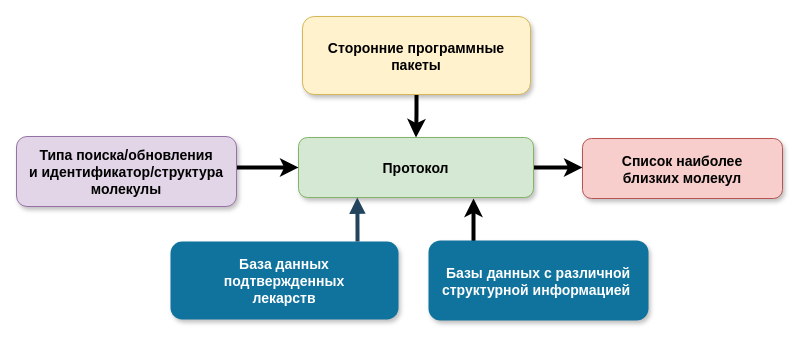
antmaxi/BSc_thesis keeps this draw.io diagram as Latex_diplom/Drawio/Untitled Diagram.drawio. Above is the earlier version. Source tidied: cells renumbered, new cells numbered last; positions are measured from the earlier drawing's top-left corner, leaving out a move shared by most shapes. Both pictures are drawn from the tidied source at 100%, with x=0, y=0 at pixel (16, 16).
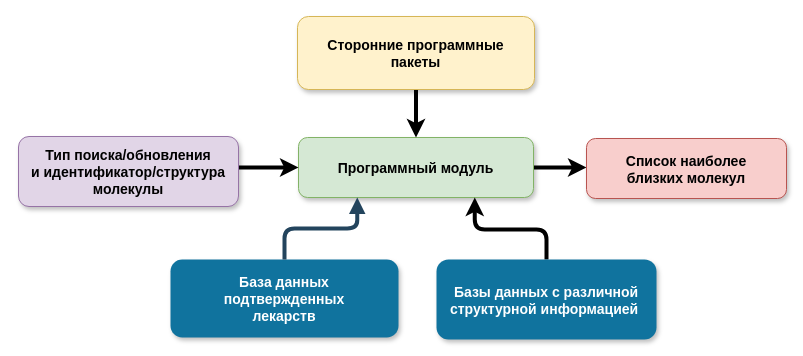
The same diagram, later.

The edit, as a diff of the source:
```diff
@@
 <mxGraphModel background="#ffffff">
   <root>
     <mxCell id="0" />
     <mxCell id="1" parent="0" />
     <mxCell id="2" value="База данных &#10;подтвержденных &#10;лекарств" style="rounded=1;fillColor=#10739E;strokeColor=none;shadow=1;gradientColor=none;fontStyle=1;fontColor=#FFFFFF;fontSize=14;" parent="1" vertex="1">
-      <mxGeometry x="154" y="225" width="228" height="78" as="geometry" />
+      <mxGeometry x="154" y="243" width="228" height="78" as="geometry" />
     </mxCell>
     <mxCell id="3" style="edgeStyle=elbowEdgeStyle;rounded=1;jettySize=auto;elbow=vertical;html=1;strokeWidth=4;" parent="1" edge="1" target="10">
       <mxGeometry relative="1" as="geometry">
         <mxPoint x="460" y="151" as="sourcePoint" />
       </mxGeometry>
     </mxCell>
-    <mxCell id="4" value="Протокол" style="rounded=1;fillColor=#d5e8d4;strokeColor=#82b366;shadow=1;fontStyle=1;fontSize=14;" parent="1" vertex="1">
+    <mxCell id="4" value="Программный модуль" style="rounded=1;fillColor=#d5e8d4;strokeColor=#82b366;shadow=1;fontStyle=1;fontSize=14;" parent="1" vertex="1">
       <mxGeometry x="282" y="121" width="235" height="60" as="geometry" />
     </mxCell>
     <mxCell id="5" style="edgeStyle=elbowEdgeStyle;rounded=1;jettySize=auto;elbow=vertical;html=1;strokeWidth=4;" parent="1" edge="1" source="6" target="4">
       <mxGeometry relative="1" as="geometry" />
     </mxCell>
-    <mxCell id="6" value="&#10;Типа поиска/обновления&#10;и идентификатор/структура&#10;молекулы&#10;" style="rounded=1;fillColor=#e1d5e7;strokeColor=#9673a6;shadow=1;fontStyle=1;fontSize=14;" parent="1" vertex="1">
-      <mxGeometry y="120" width="220" height="70" as="geometry" />
+    <mxCell id="6" value="&#10;Тип поиска/обновления&#10;и идентификатор/структура&#10;молекулы&#10;" style="rounded=1;fillColor=#e1d5e7;strokeColor=#9673a6;shadow=1;fontStyle=1;fontSize=14;" parent="1" vertex="1">
+      <mxGeometry x="2" y="120" width="220" height="70" as="geometry" />
     </mxCell>
-    <mxCell id="7" style="edgeStyle=elbowEdgeStyle;elbow=vertical;strokeWidth=4;endArrow=block;endFill=1;fontStyle=1;strokeColor=#23445D;entryX=0.25;entryY=1;entryDx=0;entryDy=0;" parent="1" edge="1" target="4">
-      <mxGeometry x="-55" y="123.5" as="geometry">
-        <mxPoint x="341" y="225" as="sourcePoint" />
-      </mxGeometry>
+    <mxCell id="7" style="edgeStyle=elbowEdgeStyle;elbow=vertical;strokeWidth=4;endArrow=block;endFill=1;fontStyle=1;strokeColor=#23445D;entryX=0.25;entryY=1;entryDx=0;entryDy=0;exitX=0.5;exitY=0;exitDx=0;exitDy=0;" parent="1" edge="1" source="2" target="4">
+      <mxGeometry x="-55" y="123.5" as="geometry" />
     </mxCell>
-    <mxCell id="8" style="edgeStyle=elbowEdgeStyle;rounded=1;orthogonalLoop=1;jettySize=auto;html=1;strokeWidth=4;elbow=vertical;" parent="1" edge="1">
+    <mxCell id="8" style="edgeStyle=elbowEdgeStyle;rounded=1;jettySize=auto;html=1;strokeWidth=4;elbow=vertical;exitX=0.5;exitY=0;exitDx=0;exitDy=0;entryX=0.75;entryY=1;entryDx=0;entryDy=0;" parent="1" edge="1" source="9" target="4">
       <mxGeometry relative="1" as="geometry">
-        <mxPoint x="457" y="233" as="sourcePoint" />
-        <mxPoint x="457" y="182" as="targetPoint" />
         <Array as="points">
-          <mxPoint x="370" y="222" />
+          <mxPoint x="497" y="213" />
         </Array>
       </mxGeometry>
     </mxCell>
     <mxCell id="9" value="&#10;Базы данных с различной&#10;структурной информацией &#10;" style="rounded=1;fillColor=#10739E;strokeColor=none;shadow=1;gradientColor=none;fontStyle=1;fontColor=#FFFFFF;fontSize=14;" parent="1" vertex="1">
-      <mxGeometry x="412" y="224" width="220" height="80" as="geometry" />
+      <mxGeometry x="420" y="243" width="220" height="80" as="geometry" />
     </mxCell>
     <mxCell id="10" value="&#10;Список наиболее&#10;близких молекул&#10;" style="rounded=1;fillColor=#f8cecc;strokeColor=#b85450;shadow=1;fontStyle=1;fontSize=14;" parent="1" vertex="1">
-      <mxGeometry x="566" y="122" width="200" height="60" as="geometry" />
+      <mxGeometry x="570" y="122" width="200" height="60" as="geometry" />
     </mxCell>
     <mxCell id="11" style="edgeStyle=elbowEdgeStyle;rounded=1;jettySize=auto;elbow=vertical;html=1;exitX=0.5;exitY=1;exitDx=0;exitDy=0;entryX=0.5;entryY=0;entryDx=0;entryDy=0;strokeWidth=4;" parent="1" edge="1" source="12" target="4">
       <mxGeometry relative="1" as="geometry" />
     </mxCell>
     <mxCell id="12" value="Сторонние программные &#10;пакеты" style="rounded=1;fillColor=#fff2cc;strokeColor=#d6b656;shadow=1;fontStyle=1;fontSize=14;" parent="1" vertex="1">
-      <mxGeometry x="286" width="228" height="78" as="geometry" />
+      <mxGeometry x="281" width="237" height="73" as="geometry" />
     </mxCell>
   </root>
 </mxGraphModel>
```
